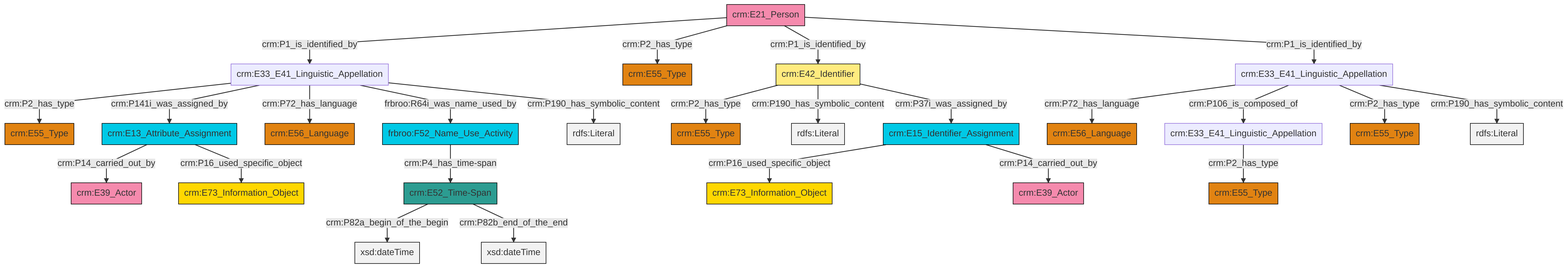
Above: et/personCSV/ttl/mmd/png/Person_Names_and_Classification.png in swiss-art-research-net/docs.swissartresearch (Mermaid), before the change. Its source is kept beside it as et/personCSV/ttl/mmd/Person_Names_and_Classification.ttl.mmd.
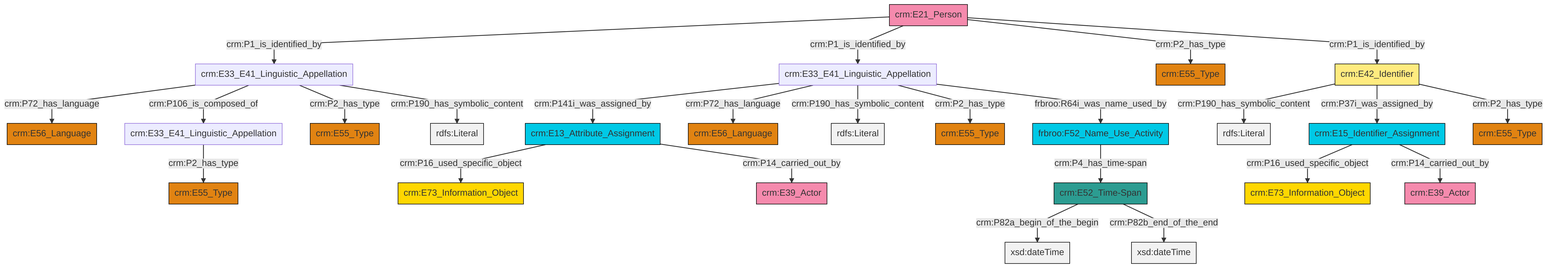
Above is the later version.

The edit, as a diff of the source:
```diff
@@ -13,27 +13,27 @@
 classDef PC_Classes fill:#4ce600, stroke:#000000;
 classDef Multi fill:#cccccc,stroke:#000000;
 
-0["crm:E33_E41_Linguistic_Appellation"]:::Default -->|crm:P72_has_language| 1["crm:E56_Language"]:::Type
-2["crm:E42_Identifier"]:::Appellation -->|crm:P2_has_type| 3["crm:E55_Type"]:::Type
-4["crm:E21_Person"]:::Actor -->|crm:P1_is_identified_by| 5["crm:E33_E41_Linguistic_Appellation"]:::Default
-6["crm:E15_Identifier_Assignment"]:::Temporal_Entity -->|crm:P16_used_specific_object| 7["crm:E73_Information_Object"]:::Conceptual_Object
-5["crm:E33_E41_Linguistic_Appellation"]:::Default -->|crm:P2_has_type| 14["crm:E55_Type"]:::Type
-18["crm:E13_Attribute_Assignment"]:::Temporal_Entity -->|crm:P14_carried_out_by| 19["crm:E39_Actor"]:::Actor
-0["crm:E33_E41_Linguistic_Appellation"]:::Default -->|crm:P106_is_composed_of| 20["crm:E33_E41_Linguistic_Appellation"]:::Default
-2["crm:E42_Identifier"]:::Appellation -->|crm:P190_has_symbolic_content| 21[rdfs:Literal]:::Literal
-5["crm:E33_E41_Linguistic_Appellation"]:::Default -->|crm:P141i_was_assigned_by| 18["crm:E13_Attribute_Assignment"]:::Temporal_Entity
-6["crm:E15_Identifier_Assignment"]:::Temporal_Entity -->|crm:P14_carried_out_by| 8["crm:E39_Actor"]:::Actor
-5["crm:E33_E41_Linguistic_Appellation"]:::Default -->|crm:P72_has_language| 24["crm:E56_Language"]:::Type
-26["crm:E52_Time-Span"]:::Time-Span -->|crm:P82a_begin_of_the_begin| 27[xsd:dateTime]:::Literal
-4["crm:E21_Person"]:::Actor -->|crm:P2_has_type| 11["crm:E55_Type"]:::Type
-0["crm:E33_E41_Linguistic_Appellation"]:::Default -->|crm:P2_has_type| 29["crm:E55_Type"]:::Type
-20["crm:E33_E41_Linguistic_Appellation"]:::Default -->|crm:P2_has_type| 37["crm:E55_Type"]:::Type
-26["crm:E52_Time-Span"]:::Time-Span -->|crm:P82b_end_of_the_end| 38[xsd:dateTime]:::Literal
-4["crm:E21_Person"]:::Actor -->|crm:P1_is_identified_by| 2["crm:E42_Identifier"]:::Appellation
-4["crm:E21_Person"]:::Actor -->|crm:P1_is_identified_by| 0["crm:E33_E41_Linguistic_Appellation"]:::Default
-18["crm:E13_Attribute_Assignment"]:::Temporal_Entity -->|crm:P16_used_specific_object| 16["crm:E73_Information_Object"]:::Conceptual_Object
-5["crm:E33_E41_Linguistic_Appellation"]:::Default -->|frbroo:R64i_was_name_used_by| 41["frbroo:F52_Name_Use_Activity"]:::Temporal_Entity
-0["crm:E33_E41_Linguistic_Appellation"]:::Default -->|crm:P190_has_symbolic_content| 42[rdfs:Literal]:::Literal
-5["crm:E33_E41_Linguistic_Appellation"]:::Default -->|crm:P190_has_symbolic_content| 43[rdfs:Literal]:::Literal
-2["crm:E42_Identifier"]:::Appellation -->|crm:P37i_was_assigned_by| 6["crm:E15_Identifier_Assignment"]:::Temporal_Entity
-41["frbroo:F52_Name_Use_Activity"]:::Temporal_Entity -->|crm:P4_has_time-span| 26["crm:E52_Time-Span"]:::Time-Span
+0["crm:E13_Attribute_Assignment"]:::Temporal_Entity -->|crm:P16_used_specific_object| 1["crm:E73_Information_Object"]:::Conceptual_Object
+2["crm:E33_E41_Linguistic_Appellation"]:::Default -->|crm:P141i_was_assigned_by| 0["crm:E13_Attribute_Assignment"]:::Temporal_Entity
+5["crm:E52_Time-Span"]:::Time-Span -->|crm:P82a_begin_of_the_begin| 6[xsd:dateTime]:::Literal
+7["crm:E21_Person"]:::Actor -->|crm:P1_is_identified_by| 8["crm:E33_E41_Linguistic_Appellation"]:::Default
+5["crm:E52_Time-Span"]:::Time-Span -->|crm:P82b_end_of_the_end| 9[xsd:dateTime]:::Literal
+11["frbroo:F52_Name_Use_Activity"]:::Temporal_Entity -->|crm:P4_has_time-span| 5["crm:E52_Time-Span"]:::Time-Span
+7["crm:E21_Person"]:::Actor -->|crm:P1_is_identified_by| 2["crm:E33_E41_Linguistic_Appellation"]:::Default
+8["crm:E33_E41_Linguistic_Appellation"]:::Default -->|crm:P72_has_language| 12["crm:E56_Language"]:::Type
+2["crm:E33_E41_Linguistic_Appellation"]:::Default -->|crm:P72_has_language| 14["crm:E56_Language"]:::Type
+0["crm:E13_Attribute_Assignment"]:::Temporal_Entity -->|crm:P14_carried_out_by| 15["crm:E39_Actor"]:::Actor
+16["crm:E15_Identifier_Assignment"]:::Temporal_Entity -->|crm:P16_used_specific_object| 17["crm:E73_Information_Object"]:::Conceptual_Object
+18["crm:E42_Identifier"]:::Appellation -->|crm:P190_has_symbolic_content| 19[rdfs:Literal]:::Literal
+18["crm:E42_Identifier"]:::Appellation -->|crm:P37i_was_assigned_by| 16["crm:E15_Identifier_Assignment"]:::Temporal_Entity
+8["crm:E33_E41_Linguistic_Appellation"]:::Default -->|crm:P106_is_composed_of| 3["crm:E33_E41_Linguistic_Appellation"]:::Default
+7["crm:E21_Person"]:::Actor -->|crm:P2_has_type| 26["crm:E55_Type"]:::Type
+7["crm:E21_Person"]:::Actor -->|crm:P1_is_identified_by| 18["crm:E42_Identifier"]:::Appellation
+2["crm:E33_E41_Linguistic_Appellation"]:::Default -->|crm:P190_has_symbolic_content| 31[rdfs:Literal]:::Literal
+2["crm:E33_E41_Linguistic_Appellation"]:::Default -->|crm:P2_has_type| 32["crm:E55_Type"]:::Type
+2["crm:E33_E41_Linguistic_Appellation"]:::Default -->|frbroo:R64i_was_name_used_by| 11["frbroo:F52_Name_Use_Activity"]:::Temporal_Entity
+3["crm:E33_E41_Linguistic_Appellation"]:::Default -->|crm:P2_has_type| 21["crm:E55_Type"]:::Type
+8["crm:E33_E41_Linguistic_Appellation"]:::Default -->|crm:P2_has_type| 37["crm:E55_Type"]:::Type
+8["crm:E33_E41_Linguistic_Appellation"]:::Default -->|crm:P190_has_symbolic_content| 41[rdfs:Literal]:::Literal
+18["crm:E42_Identifier"]:::Appellation -->|crm:P2_has_type| 28["crm:E55_Type"]:::Type
+16["crm:E15_Identifier_Assignment"]:::Temporal_Entity -->|crm:P14_carried_out_by| 35["crm:E39_Actor"]:::Actor
```
